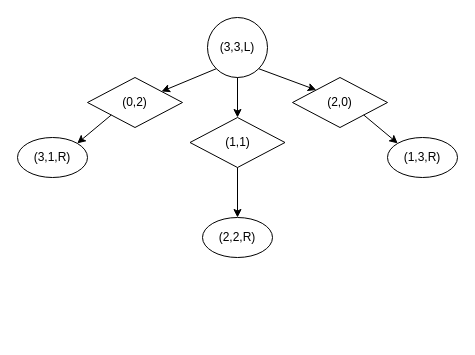
Vhuynh25/C-Homework keeps this draw.io diagram as Assignment 1.drawio. Above is the earlier version. Source tidied: cells renumbered, new cells numbered last; positions are measured from the earlier drawing's top-left corner, leaving out a move shared by most shapes. Both pictures are drawn from the tidied source at 100%, with x=0, y=0 at pixel (17, 17).
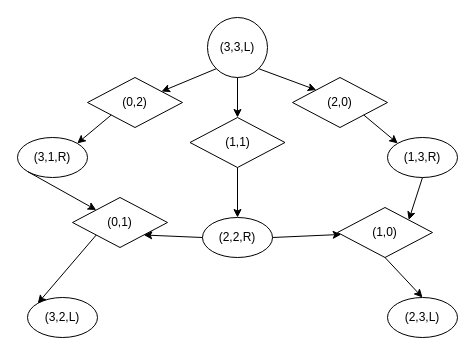
Above is the later version.

Unchanged cells that the change refers to:
```xml
<mxCell id="3" value="(2,2,R)" style="ellipse;whiteSpace=wrap;html=1;" parent="1" vertex="1">
  <mxGeometry x="185" y="200" width="70" height="40" as="geometry" />
</mxCell>
<mxCell id="4" value="(1,3,R)" style="ellipse;whiteSpace=wrap;html=1;" parent="1" vertex="1">
  <mxGeometry x="370" y="120" width="70" height="40" as="geometry" />
</mxCell>
<mxCell id="5" value="(3,1,R)" style="ellipse;whiteSpace=wrap;html=1;" parent="1" vertex="1">
  <mxGeometry y="120" width="70" height="40" as="geometry" />
</mxCell>
```

Change to the diagram source:
```diff
@@
+    <mxCell id="15" value="(3,2,L)" style="ellipse;whiteSpace=wrap;html=1;" parent="1" vertex="1">
+      <mxGeometry x="10" y="280" width="70" height="40" as="geometry" />
+    </mxCell>
+    <mxCell id="16" value="(0,1)" style="rhombus;whiteSpace=wrap;html=1;" parent="1" vertex="1">
+      <mxGeometry x="55" y="180" width="95" height="50" as="geometry" />
+    </mxCell>
+    <mxCell id="17" style="endArrow=classic;html=1;exitX=0;exitY=1;exitDx=0;exitDy=0;entryX=0;entryY=0;entryDx=0;entryDy=0;" parent="1" edge="1" source="5" target="16">
+      <mxGeometry relative="1" as="geometry" />
+    </mxCell>
+    <mxCell id="18" style="endArrow=classic;html=1;exitX=0;exitY=1;exitDx=0;exitDy=0;entryX=0;entryY=0;entryDx=0;entryDy=0;" parent="1" edge="1" source="16" target="15">
+      <mxGeometry relative="1" as="geometry" />
+    </mxCell>
+    <mxCell id="19" value="(2,3,L)" style="ellipse;whiteSpace=wrap;html=1;" parent="1" vertex="1">
+      <mxGeometry x="370" y="280" width="70" height="40" as="geometry" />
+    </mxCell>
+    <mxCell id="20" style="endArrow=classic;html=1;exitX=0;exitY=0.5;exitDx=0;exitDy=0;entryX=1;entryY=1;entryDx=0;entryDy=0;" parent="1" edge="1" source="3" target="16">
+      <mxGeometry relative="1" as="geometry" />
+    </mxCell>
+    <mxCell id="21" value="(1,0)" style="rhombus;whiteSpace=wrap;html=1;" parent="1" vertex="1">
+      <mxGeometry x="320" y="190" width="95" height="50" as="geometry" />
+    </mxCell>
+    <mxCell id="22" style="endArrow=classic;html=1;exitX=1;exitY=0.5;exitDx=0;exitDy=0;" parent="1" edge="1" source="3" target="21">
+      <mxGeometry relative="1" as="geometry" />
+    </mxCell>
+    <mxCell id="23" style="endArrow=classic;html=1;exitX=0.5;exitY=1;exitDx=0;exitDy=0;entryX=1;entryY=0;entryDx=0;entryDy=0;" parent="1" edge="1" source="4" target="21">
+      <mxGeometry relative="1" as="geometry" />
+    </mxCell>
+    <mxCell id="24" style="endArrow=classic;html=1;exitX=0.5;exitY=1;exitDx=0;exitDy=0;entryX=0.5;entryY=0;entryDx=0;entryDy=0;" parent="1" edge="1" source="21" target="19">
+      <mxGeometry relative="1" as="geometry" />
+    </mxCell>
```
